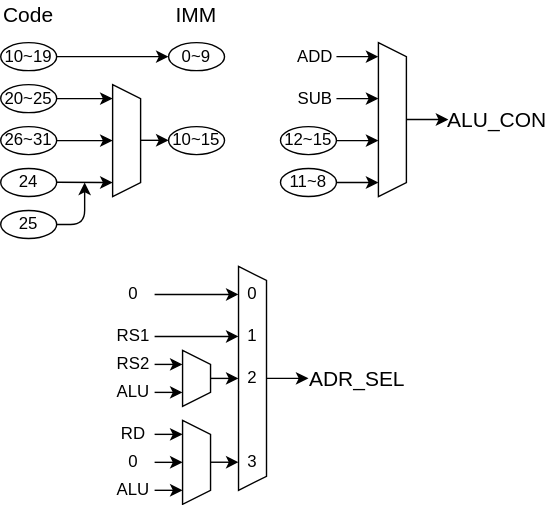
This is Lab/Computer/Micon/01_CPU/img/decoder.dio.svg from amane-uehara/kanade-k-1228.github.io, a draw.io export, as it was before one commit. Source tidied: cells renumbered, new cells last; positions are measured from the earlier drawing's top-left corner, leaving out a move shared by most shapes.
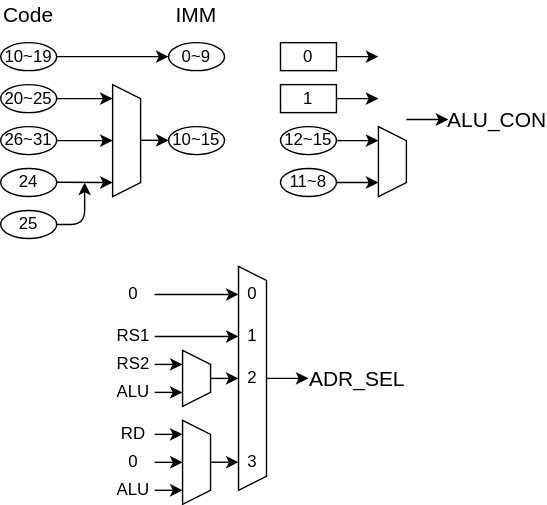
Later version of the same file.

Change to the diagram source:
```diff
@@ -42,14 +42,8 @@
       </mxGeometry>
     </mxCell>
     <mxCell id="12" style="shape=trapezoid;perimeter=trapezoidPerimeter;whiteSpace=wrap;html=1;fixedSize=1;direction=south;size=9.999999999999943;" parent="1" vertex="1">
-      <mxGeometry x="270" y="30" width="20" height="110" as="geometry" />
+      <mxGeometry x="270" y="90" width="20" height="50" as="geometry" />
     </mxCell>
-    <mxCell id="13" value="ADD" style="text;html=1;strokeColor=none;fillColor=none;align=center;verticalAlign=middle;whiteSpace=wrap;rounded=0;" parent="1" vertex="1">
-      <mxGeometry x="210" y="30" width="30" height="20" as="geometry" />
-    </mxCell>
-    <mxCell id="14" value="SUB" style="text;html=1;strokeColor=none;fillColor=none;align=center;verticalAlign=middle;whiteSpace=wrap;rounded=0;" parent="1" vertex="1">
-      <mxGeometry x="210" y="60" width="30" height="20" as="geometry" />
-    </mxCell>
     <mxCell id="15" style="endArrow=classic;html=1;" parent="1" edge="1">
       <mxGeometry relative="1" as="geometry">
         <mxPoint x="240" y="40" as="sourcePoint" />
@@ -224,5 +218,11 @@
     <mxCell id="53" value="Code" style="text;html=1;strokeColor=none;fillColor=none;align=center;verticalAlign=middle;whiteSpace=wrap;rounded=0;fontSize=15;" parent="1" vertex="1">
       <mxGeometry width="40" height="20" as="geometry" />
     </mxCell>
+    <mxCell id="54" value="0" style="rounded=0;whiteSpace=wrap;html=1;" parent="1" vertex="1">
+      <mxGeometry x="200" y="30" width="40" height="20" as="geometry" />
+    </mxCell>
+    <mxCell id="55" value="1" style="rounded=0;whiteSpace=wrap;html=1;" parent="1" vertex="1">
+      <mxGeometry x="200" y="60" width="40" height="20" as="geometry" />
+    </mxCell>
   </root>
 </mxGraphModel>
```
